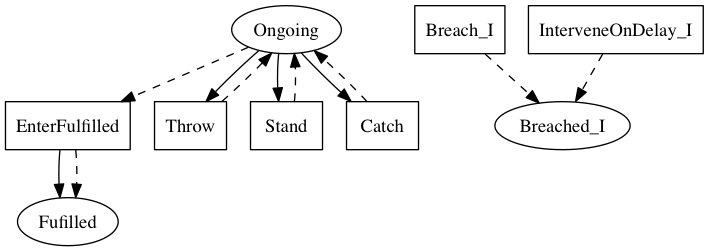
Above: linear_state_machine_language/pyL4/examples/out_graphviz/toy_and_teaching/minimal_future-actions.png in Marcao02/complaw-deeptech (Graphviz), before the change. Its source is kept beside it as linear_state_machine_language/pyL4/examples/out_graphviz/toy_and_teaching/minimal_future-actions.dot.
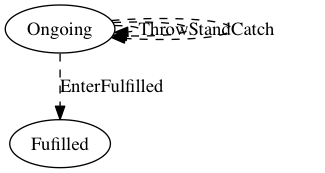
After the change.

Diff of the diagram source:
```diff
@@ -1,31 +1,19 @@
 
 digraph test_contract_for_must_later {
     Fulfilled[label=Fufilled];
-    Ongoing[label=Ongoing];
-	Breached_I[label=Breached_I]
-
-    EnterFulfilled[label=EnterFufilled,shape=box];
-    Throw[label=Throw,shape=box];
-	Stand[label=Stand,shape=box];
-	Catch[label=Catch,shape=box];
-	EnterFulfilled[label=EnterFulfilled,shape=box];
-	Breach_I[label=Breach_I,shape=box];
-	InterveneOnDelay_I[label=InterveneOnDelay_I,shape=box]
-
-    EnterFulfilled -> Fulfilled;
-
-    Ongoing -> Throw;
-	Ongoing -> Stand;
-	Ongoing -> EnterFulfilled [style=dashed];
-	Ongoing -> Catch
-
-    Throw -> Ongoing [style=dashed];
-	Stand -> Ongoing [style=dashed];
-	Catch -> Ongoing [style=dashed];
-	EnterFulfilled -> Fulfilled [style=dashed];
-	Breach_I -> Breached_I [style=dashed];
-	InterveneOnDelay_I -> Breached_I [style=dashed];
+    Ongoing[label=Ongoing]
 
 
 
+
+
+
+
+    Ongoing -> Fulfilled [style=dashed,label=EnterFulfilled];
+
+
+    Ongoing -> Ongoing [style=dashed,label=Throw];
+	Ongoing -> Ongoing [style=dashed,label=Stand];
+	Ongoing -> Ongoing [style=dashed,label=Catch];
+
 }
```
